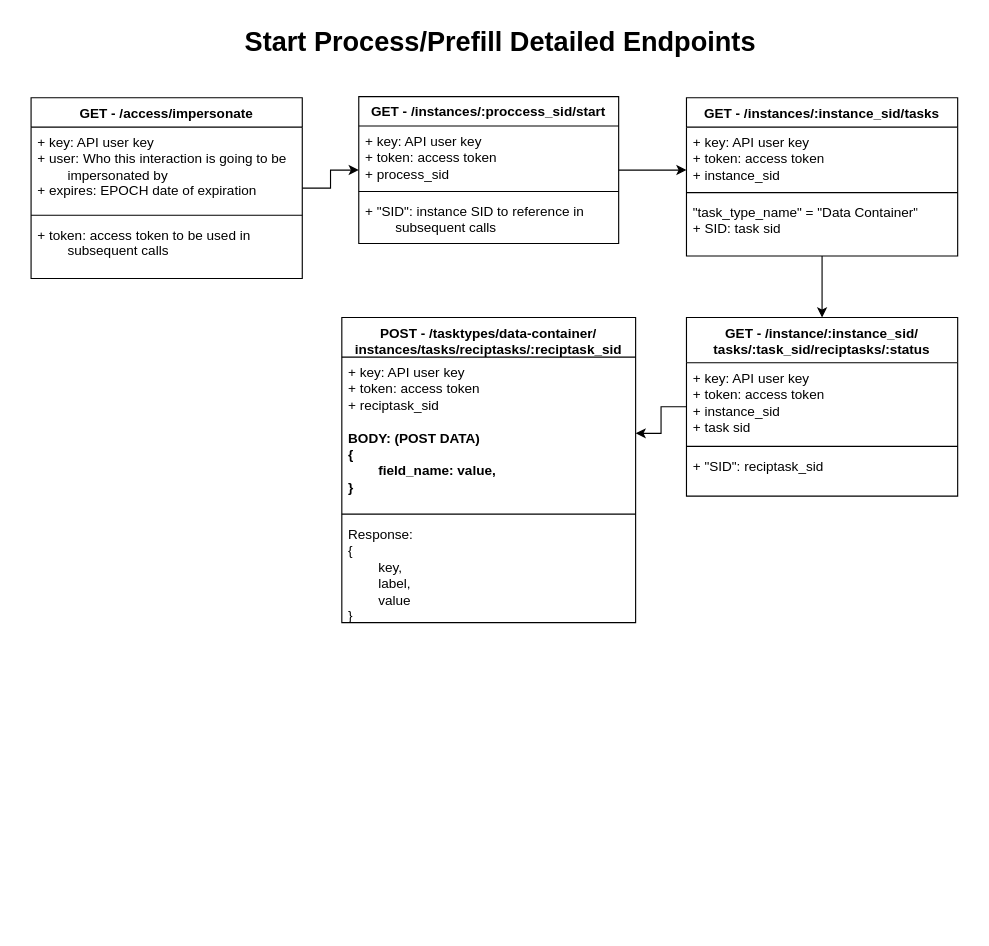
This is Diagrams/Start Process/Prefill Detailed API Calls.drawio from LongJohnBlackbeard/IntegrifyAPITesting, a draw.io file, before an edit. Source tidied: cells renumbered, new cells numbered last; positions are measured from the earlier drawing's top-left corner, leaving out a move shared by most shapes. Both pictures are drawn from the tidied source at 113%, with x=0, y=0 at pixel (31, 19).
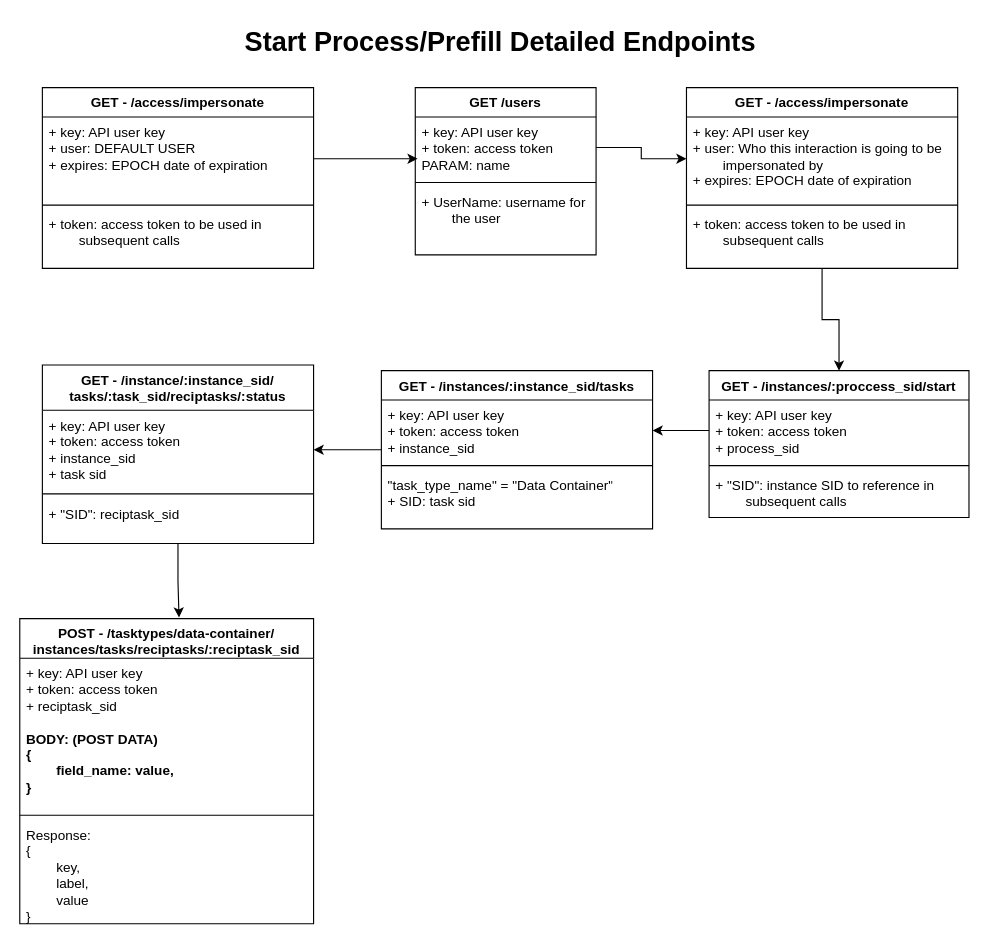
The same diagram, later.

Unchanged cells that the change refers to:
```xml
<mxCell id="5" value="+ key: API user key&lt;br&gt;+ user: Who this interaction is going to be &lt;span style=&quot;white-space: pre;&quot;&gt;&#9;&lt;/span&gt;impersonated by&lt;br&gt;+ expires: EPOCH date of expiration" style="text;strokeColor=none;fillColor=none;align=left;verticalAlign=top;spacingLeft=4;spacingRight=4;overflow=hidden;points=[[0,0.5],[1,0.5]];portConstraint=eastwest;whiteSpace=wrap;html=1;" parent="4" vertex="1">
  <mxGeometry y="26" width="240" height="74" as="geometry" />
</mxCell>
<mxCell id="10" value="+ key: API user key&lt;br&gt;+ token: access token&lt;br&gt;+ process_sid" style="text;strokeColor=none;fillColor=none;align=left;verticalAlign=top;spacingLeft=4;spacingRight=4;overflow=hidden;points=[[0,0.5],[1,0.5]];portConstraint=eastwest;whiteSpace=wrap;html=1;" parent="9" vertex="1">
  <mxGeometry y="26" width="230" height="54" as="geometry" />
</mxCell>
<mxCell id="15" value="+ key: API user key&lt;br&gt;+ token: access token&lt;br&gt;+ instance_sid&lt;br&gt;+ task sid" style="text;strokeColor=none;fillColor=none;align=left;verticalAlign=top;spacingLeft=4;spacingRight=4;overflow=hidden;points=[[0,0.5],[1,0.5]];portConstraint=eastwest;whiteSpace=wrap;html=1;" parent="14" vertex="1">
  <mxGeometry y="40" width="240" height="70" as="geometry" />
</mxCell>
<mxCell id="20" value="+ key: API user key&lt;br&gt;+ token: access token&lt;br&gt;+ instance_sid" style="text;strokeColor=none;fillColor=none;align=left;verticalAlign=top;spacingLeft=4;spacingRight=4;overflow=hidden;points=[[0,0.5],[1,0.5]];portConstraint=eastwest;whiteSpace=wrap;html=1;" parent="19" vertex="1">
  <mxGeometry y="26" width="240" height="54" as="geometry" />
</mxCell>
<mxCell id="24" value="+ key: API user key&lt;br&gt;+ token: access token&lt;br&gt;+ reciptask_sid&lt;br&gt;&lt;br&gt;&lt;b&gt;BODY: (POST DATA)&lt;br&gt;{&lt;br&gt;&lt;span style=&quot;white-space: pre;&quot;&gt;&#9;&lt;/span&gt;field_name: value,&lt;span style=&quot;white-space: pre;&quot;&gt;&#9;&lt;/span&gt;&lt;br&gt;}&lt;br&gt;&lt;/b&gt;" style="text;strokeColor=none;fillColor=none;align=left;verticalAlign=top;spacingLeft=4;spacingRight=4;overflow=hidden;points=[[0,0.5],[1,0.5]];portConstraint=eastwest;whiteSpace=wrap;html=1;" parent="23" vertex="1">
  <mxGeometry y="35" width="260" height="135" as="geometry" />
</mxCell>
```

What changed in the source:
```diff
@@
-    <mxCell id="3" style="edgeStyle=orthogonalEdgeStyle;rounded=0;jettySize=auto;html=1;entryX=0;entryY=0.5;entryDx=0;entryDy=0;" parent="1" edge="1" source="4" target="9">
+    <mxCell id="3" style="edgeStyle=orthogonalEdgeStyle;rounded=0;jettySize=auto;html=1;" parent="1" edge="1" source="4" target="9">
       <mxGeometry relative="1" as="geometry" />
     </mxCell>
     <mxCell id="4" value="GET - /access/impersonate" style="swimlane;fontStyle=1;align=center;verticalAlign=top;horizontal=1;startSize=26;whiteSpace=wrap;html=1;" parent="1" vertex="1">
-      <mxGeometry y="69" width="240" height="160" as="geometry" />
+      <mxGeometry x="580" y="60" width="240" height="160" as="geometry" />
     </mxCell>
@@
-    <mxCell id="8" style="edgeStyle=orthogonalEdgeStyle;rounded=0;jettySize=auto;html=1;entryX=0;entryY=0.704;entryDx=0;entryDy=0;entryPerimeter=0;" parent="1" edge="1" source="9" target="20">
-      <mxGeometry relative="1" as="geometry" />
-    </mxCell>
     <mxCell id="9" value="GET - /instances/:proccess_sid/start" style="swimlane;fontStyle=1;align=center;verticalAlign=top;horizontal=1;startSize=26;whiteSpace=wrap;html=1;" parent="1" vertex="1">
-      <mxGeometry x="290" y="68" width="230" height="130" as="geometry" />
+      <mxGeometry x="600" y="310.5" width="230" height="130" as="geometry" />
     </mxCell>
@@
-    <mxCell id="13" style="edgeStyle=orthogonalEdgeStyle;rounded=0;jettySize=auto;html=1;" parent="1" edge="1" source="14" target="24">
-      <mxGeometry relative="1" as="geometry" />
-    </mxCell>
+    <mxCell id="27" style="edgeStyle=orthogonalEdgeStyle;rounded=0;jettySize=auto;html=1;entryX=0.542;entryY=-0.004;entryDx=0;entryDy=0;entryPerimeter=0;" parent="1" edge="1" source="14" target="23">
+      <mxGeometry relative="1" as="geometry" />
+    </mxCell>
     <mxCell id="14" value="GET - /instance/:instance_sid/&lt;br&gt;tasks/:task_sid/reciptasks/:status" style="swimlane;fontStyle=1;align=center;verticalAlign=top;horizontal=1;startSize=40;whiteSpace=wrap;html=1;" parent="1" vertex="1">
-      <mxGeometry x="580" y="263.5" width="240" height="158" as="geometry" />
+      <mxGeometry x="10" y="305.5" width="240" height="158" as="geometry" />
     </mxCell>
@@
-    <mxCell id="18" style="edgeStyle=orthogonalEdgeStyle;rounded=0;jettySize=auto;html=1;entryX=0.5;entryY=0;entryDx=0;entryDy=0;" parent="1" edge="1" source="19" target="14">
-      <mxGeometry relative="1" as="geometry" />
-    </mxCell>
+    <mxCell id="28" style="edgeStyle=orthogonalEdgeStyle;rounded=0;jettySize=auto;html=1;entryX=1;entryY=0.5;entryDx=0;entryDy=0;" parent="1" edge="1" source="19" target="15">
+      <mxGeometry relative="1" as="geometry" />
+    </mxCell>
     <mxCell id="19" value="GET - /instances/:instance_sid/tasks" style="swimlane;fontStyle=1;align=center;verticalAlign=top;horizontal=1;startSize=26;whiteSpace=wrap;html=1;" parent="1" vertex="1">
-      <mxGeometry x="580" y="69" width="240" height="140" as="geometry" />
+      <mxGeometry x="310" y="310.5" width="240" height="140" as="geometry" />
     </mxCell>
@@
     <mxCell id="23" value="POST - /tasktypes/data-container/&lt;br&gt;instances/tasks/reciptasks/:reciptask_sid" style="swimlane;fontStyle=1;align=center;verticalAlign=top;horizontal=1;startSize=35;whiteSpace=wrap;html=1;" parent="1" vertex="1">
-      <mxGeometry x="275" y="263.5" width="260" height="270" as="geometry" />
+      <mxGeometry x="-10" y="530" width="260" height="270" as="geometry" />
     </mxCell>
@@
+    <mxCell id="29" value="GET /users" style="swimlane;fontStyle=1;align=center;verticalAlign=top;horizontal=1;startSize=26;whiteSpace=wrap;html=1;" parent="1" vertex="1">
+      <mxGeometry x="340" y="60" width="160" height="148" as="geometry" />
+    </mxCell>
+    <mxCell id="30" value="+ key: API user key&lt;br&gt;+ token: access token&lt;br&gt;PARAM: name" style="text;strokeColor=none;fillColor=none;align=left;verticalAlign=top;spacingLeft=4;spacingRight=4;overflow=hidden;points=[[0,0.5],[1,0.5]];portConstraint=eastwest;whiteSpace=wrap;html=1;" parent="29" vertex="1">
+      <mxGeometry y="26" width="160" height="54" as="geometry" />
+    </mxCell>
+    <mxCell id="31" style="line;strokeWidth=1;fillColor=none;align=left;verticalAlign=middle;spacingTop=-1;spacingLeft=3;spacingRight=3;labelPosition=right;strokeColor=inherit;" parent="29" vertex="1">
+      <mxGeometry y="80" width="160" height="8" as="geometry" />
+    </mxCell>
+    <mxCell id="32" value="+ UserName: username for &lt;span style=&quot;white-space: pre;&quot;&gt;&#9;&lt;/span&gt;the user" style="text;strokeColor=none;fillColor=none;align=left;verticalAlign=top;spacingLeft=4;spacingRight=4;overflow=hidden;whiteSpace=wrap;html=1;" parent="29" vertex="1">
+      <mxGeometry y="88" width="160" height="60" as="geometry" />
+    </mxCell>
+    <mxCell id="33" value="GET - /access/impersonate" style="swimlane;fontStyle=1;align=center;verticalAlign=top;horizontal=1;startSize=26;whiteSpace=wrap;html=1;" parent="1" vertex="1">
+      <mxGeometry x="10" y="60" width="240" height="160" as="geometry" />
+    </mxCell>
+    <mxCell id="34" value="+ key: API user key&lt;br&gt;+ user: DEFAULT USER&lt;br&gt;+ expires: EPOCH date of expiration" style="text;strokeColor=none;fillColor=none;align=left;verticalAlign=top;spacingLeft=4;spacingRight=4;overflow=hidden;points=[[0,0.5],[1,0.5]];portConstraint=eastwest;whiteSpace=wrap;html=1;" parent="33" vertex="1">
+      <mxGeometry y="26" width="240" height="74" as="geometry" />
+    </mxCell>
+    <mxCell id="35" style="line;strokeWidth=1;fillColor=none;align=left;verticalAlign=middle;spacingTop=-1;spacingLeft=3;spacingRight=3;labelPosition=right;strokeColor=inherit;" parent="33" vertex="1">
+      <mxGeometry y="100" width="240" height="8" as="geometry" />
+    </mxCell>
+    <mxCell id="36" value="+ token: access token to be used in &lt;span style=&quot;white-space: pre;&quot;&gt;&#9;&lt;/span&gt;subsequent calls" style="text;strokeColor=none;fillColor=none;align=left;verticalAlign=top;spacingLeft=4;spacingRight=4;overflow=hidden;whiteSpace=wrap;html=1;" parent="33" vertex="1">
+      <mxGeometry y="108" width="240" height="52" as="geometry" />
+    </mxCell>
+    <mxCell id="37" style="edgeStyle=orthogonalEdgeStyle;rounded=0;jettySize=auto;html=1;entryX=0.013;entryY=0.685;entryDx=0;entryDy=0;entryPerimeter=0;" parent="1" edge="1" source="34" target="30">
+      <mxGeometry relative="1" as="geometry" />
+    </mxCell>
+    <mxCell id="38" style="edgeStyle=orthogonalEdgeStyle;rounded=0;jettySize=auto;html=1;" parent="1" edge="1" source="30" target="5">
+      <mxGeometry relative="1" as="geometry" />
+    </mxCell>
+    <mxCell id="39" style="edgeStyle=orthogonalEdgeStyle;rounded=0;jettySize=auto;html=1;entryX=1;entryY=0.5;entryDx=0;entryDy=0;" parent="1" edge="1" source="10" target="20">
+      <mxGeometry relative="1" as="geometry" />
+    </mxCell>
```
